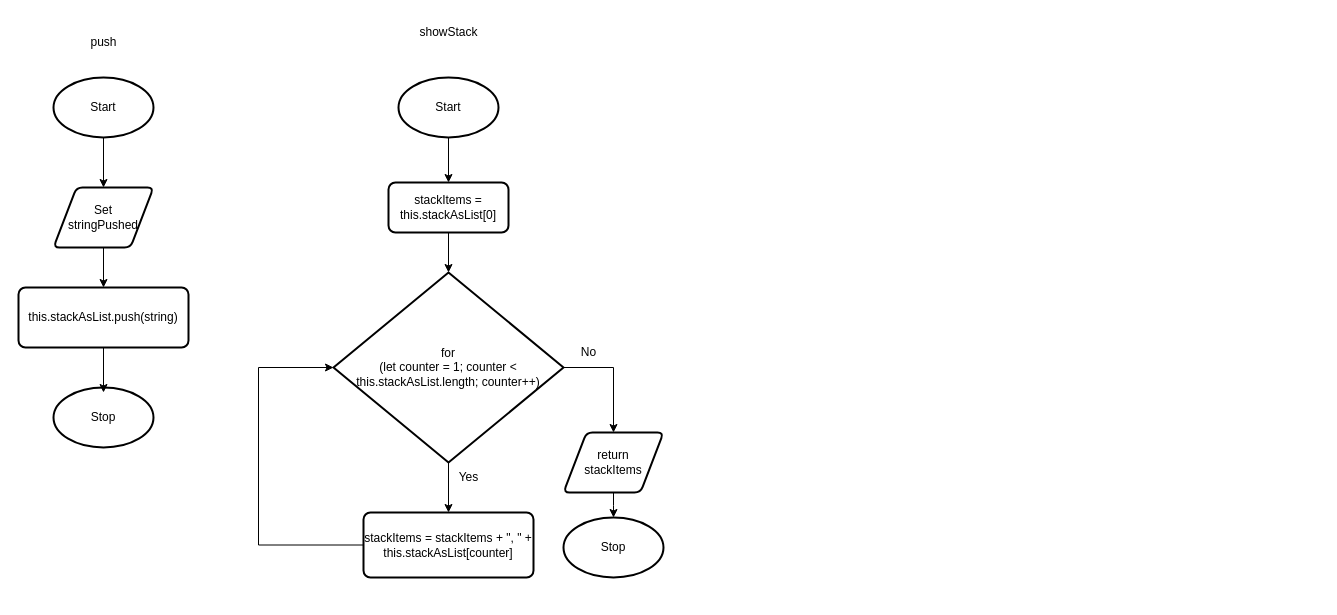
Before: Unit2-01/flowchart.drawio in Troy-Appleby/ICS4U-Unit2-Troy-Appleby, a draw.io diagram. Source tidied: cells renumbered, new cells numbered last; positions are measured from the earlier drawing's top-left corner, leaving out a move shared by most shapes. Both pictures are drawn from the tidied source at 100%, with x=0, y=0 at pixel (18, 17).
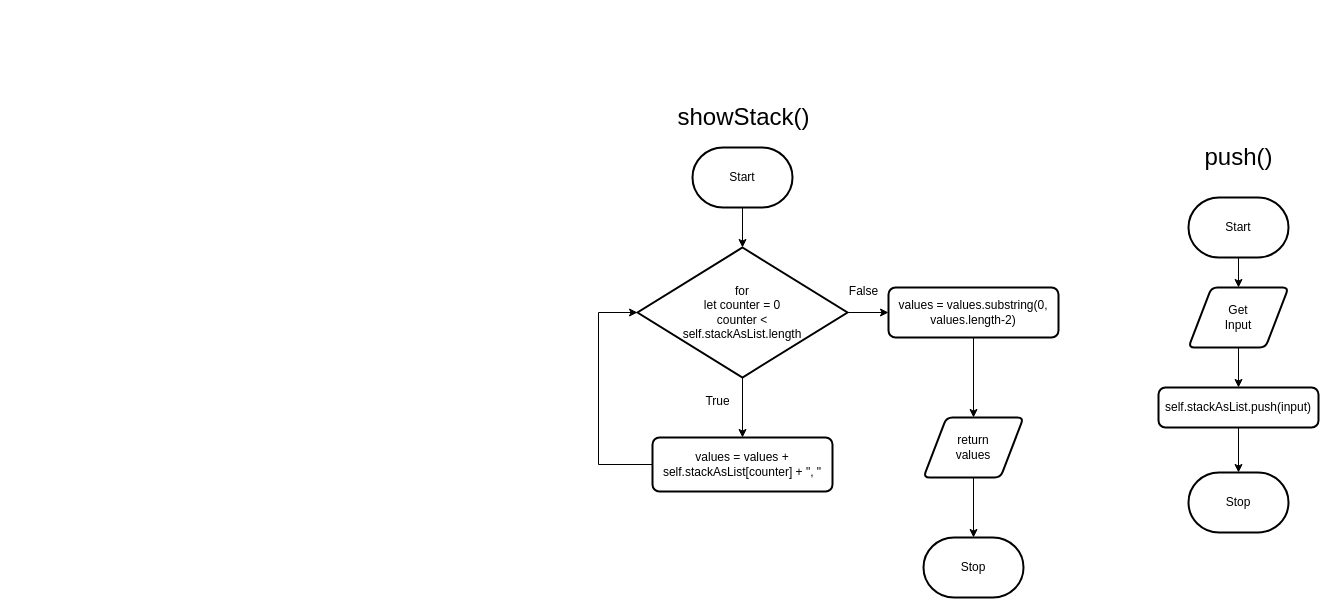
Above is the later version.

What changed in the source:
```diff
@@
-    <mxCell id="2" style="edgeStyle=none;html=1;entryX=0.5;entryY=0;entryDx=0;entryDy=0;" parent="1" edge="1" source="3" target="9">
+    <mxCell id="2" style="edgeStyle=none;html=1;entryX=0.5;entryY=0;entryDx=0;entryDy=0;" parent="1" edge="1" source="3" target="6">
       <mxGeometry relative="1" as="geometry" />
     </mxCell>
-    <mxCell id="3" value="Start" style="strokeWidth=2;html=1;shape=mxgraph.flowchart.start_1;whiteSpace=wrap;" parent="1" vertex="1">
-      <mxGeometry x="35" y="60" width="100" height="60" as="geometry" />
+    <mxCell id="3" value="Start" style="strokeWidth=2;html=1;shape=mxgraph.flowchart.terminator;whiteSpace=wrap;" parent="1" vertex="1">
+      <mxGeometry x="1170" y="180" width="100" height="60" as="geometry" />
     </mxCell>
-    <mxCell id="4" value="Stop" style="strokeWidth=2;html=1;shape=mxgraph.flowchart.start_1;whiteSpace=wrap;" parent="1" vertex="1">
-      <mxGeometry x="35" y="370" width="100" height="60" as="geometry" />
+    <mxCell id="4" value="Stop" style="strokeWidth=2;html=1;shape=mxgraph.flowchart.terminator;whiteSpace=wrap;" parent="1" vertex="1">
+      <mxGeometry x="1170" y="455" width="100" height="60" as="geometry" />
     </mxCell>
-    <mxCell id="5" style="edgeStyle=none;rounded=0;html=1;fontSize=9;" parent="1" edge="1" source="6">
-      <mxGeometry relative="1" as="geometry">
-        <mxPoint x="85" y="375" as="targetPoint" />
-      </mxGeometry>
+    <mxCell id="5" style="edgeStyle=none;html=1;entryX=0.5;entryY=0;entryDx=0;entryDy=0;" parent="1" edge="1" source="6" target="8">
+      <mxGeometry relative="1" as="geometry" />
     </mxCell>
-    <mxCell id="6" value="&lt;font style=&quot;font-size: 12px;&quot;&gt;this.stackAsList.push(string)&lt;/font&gt;" style="rounded=1;whiteSpace=wrap;html=1;absoluteArcSize=1;arcSize=14;strokeWidth=2;fontSize=9;" parent="1" vertex="1">
-      <mxGeometry y="270" width="170" height="60" as="geometry" />
+    <mxCell id="6" value="Get&lt;br&gt;Input" style="shape=parallelogram;html=1;strokeWidth=2;perimeter=parallelogramPerimeter;whiteSpace=wrap;rounded=1;arcSize=12;size=0.23;" parent="1" vertex="1">
+      <mxGeometry x="1170" y="270" width="100" height="60" as="geometry" />
     </mxCell>
-    <mxCell id="7" value="push" style="text;html=1;align=center;verticalAlign=middle;strokeColor=none;fillColor=none;" parent="1" vertex="1">
-      <mxGeometry x="60" y="10" width="50" height="30" as="geometry" />
+    <mxCell id="7" style="edgeStyle=none;html=1;entryX=0.5;entryY=0;entryDx=0;entryDy=0;entryPerimeter=0;" parent="1" edge="1" source="8" target="4">
+      <mxGeometry relative="1" as="geometry" />
     </mxCell>
-    <mxCell id="8" style="edgeStyle=none;rounded=0;html=1;" parent="1" edge="1" source="9" target="6">
-      <mxGeometry relative="1" as="geometry" />
+    <mxCell id="8" value="&lt;div&gt;self.stackAsList.push(input)&lt;/div&gt;" style="rounded=1;whiteSpace=wrap;html=1;absoluteArcSize=1;arcSize=14;strokeWidth=2;" parent="1" vertex="1">
+      <mxGeometry x="1140" y="370" width="160" height="40" as="geometry" />
     </mxCell>
-    <mxCell id="9" value="Set &lt;br&gt;stringPushed" style="shape=parallelogram;html=1;strokeWidth=2;perimeter=parallelogramPerimeter;whiteSpace=wrap;rounded=1;arcSize=12;size=0.23;" parent="1" vertex="1">
-      <mxGeometry x="35" y="170" width="100" height="60" as="geometry" />
+    <mxCell id="9" value="&lt;font style=&quot;font-size: 24px;&quot;&gt;push()&lt;/font&gt;" style="text;html=1;align=center;verticalAlign=middle;points=[];strokeColor=none;fillColor=none;" parent="1" vertex="1">
+      <mxGeometry x="1175" y="120" width="90" height="40" as="geometry" />
     </mxCell>
-    <mxCell id="10" style="edgeStyle=none;html=1;entryX=0.5;entryY=0;entryDx=0;entryDy=0;" parent="1" edge="1" source="11" target="22">
+    <mxCell id="10" style="edgeStyle=none;html=1;entryX=0.5;entryY=0;entryDx=0;entryDy=0;entryPerimeter=0;fontSize=24;" parent="1" edge="1" source="11" target="15">
       <mxGeometry relative="1" as="geometry" />
     </mxCell>
-    <mxCell id="11" value="Start" style="strokeWidth=2;html=1;shape=mxgraph.flowchart.start_1;whiteSpace=wrap;" parent="1" vertex="1">
-      <mxGeometry x="380" y="60" width="100" height="60" as="geometry" />
+    <mxCell id="11" value="Start" style="strokeWidth=2;html=1;shape=mxgraph.flowchart.terminator;whiteSpace=wrap;" parent="1" vertex="1">
+      <mxGeometry x="674" y="130" width="100" height="60" as="geometry" />
     </mxCell>
-    <mxCell id="12" value="Stop" style="strokeWidth=2;html=1;shape=mxgraph.flowchart.start_1;whiteSpace=wrap;" parent="1" vertex="1">
-      <mxGeometry x="545" y="500" width="100" height="60" as="geometry" />
+    <mxCell id="12" value="Stop" style="strokeWidth=2;html=1;shape=mxgraph.flowchart.terminator;whiteSpace=wrap;" parent="1" vertex="1">
+      <mxGeometry x="905" y="520" width="100" height="60" as="geometry" />
     </mxCell>
-    <mxCell id="13" style="edgeStyle=none;html=1;entryX=0.5;entryY=0;entryDx=0;entryDy=0;fontSize=12;entryPerimeter=0;" parent="1" edge="1" source="22" target="17">
+    <mxCell id="13" style="edgeStyle=none;html=1;entryX=0.5;entryY=0;entryDx=0;entryDy=0;fontSize=24;" parent="1" edge="1" source="15" target="17">
       <mxGeometry relative="1" as="geometry" />
     </mxCell>
-    <mxCell id="14" value="showStack" style="text;html=1;align=center;verticalAlign=middle;strokeColor=none;fillColor=none;" parent="1" vertex="1">
-      <mxGeometry x="390" width="80" height="30" as="geometry" />
+    <mxCell id="14" style="edgeStyle=orthogonalEdgeStyle;rounded=0;html=1;entryX=0;entryY=0.5;entryDx=0;entryDy=0;fontSize=24;" parent="1" edge="1" source="15" target="19">
+      <mxGeometry relative="1" as="geometry" />
     </mxCell>
-    <mxCell id="15" style="edgeStyle=none;html=1;fontSize=6;" parent="1" edge="1" source="17" target="19">
-      <mxGeometry relative="1" as="geometry" />
+    <mxCell id="15" value="for&lt;br&gt;let counter = 0&lt;br&gt;counter &amp;lt; &lt;br&gt;self.stackAsList.length" style="strokeWidth=2;html=1;shape=mxgraph.flowchart.decision;whiteSpace=wrap;" parent="1" vertex="1">
+      <mxGeometry x="619" y="230" width="210" height="130" as="geometry" />
     </mxCell>
-    <mxCell id="16" style="edgeStyle=elbowEdgeStyle;html=1;entryX=0.5;entryY=0;entryDx=0;entryDy=0;elbow=vertical;exitX=1;exitY=0.5;exitDx=0;exitDy=0;exitPerimeter=0;rounded=0;" parent="1" edge="1" source="17" target="24">
+    <mxCell id="16" style="edgeStyle=orthogonalEdgeStyle;html=1;entryX=0;entryY=0.5;entryDx=0;entryDy=0;entryPerimeter=0;fontSize=24;rounded=0;" parent="1" edge="1" source="17" target="15">
       <mxGeometry relative="1" as="geometry">
         <Array as="points">
-          <mxPoint x="595" y="350" />
+          <mxPoint x="580" y="447" />
+          <mxPoint x="580" y="295" />
         </Array>
       </mxGeometry>
     </mxCell>
-    <mxCell id="17" value="&lt;font style=&quot;font-size: 12px;&quot;&gt;for &lt;br&gt;(let counter = 1; counter &amp;lt; this.stackAsList.length; counter++)&lt;/font&gt;" style="strokeWidth=2;html=1;shape=mxgraph.flowchart.decision;whiteSpace=wrap;fontSize=6;" parent="1" vertex="1">
-      <mxGeometry x="315" y="255" width="230" height="190" as="geometry" />
+    <mxCell id="17" value="&lt;div&gt;values = values + self.stackAsList[counter] + &quot;, &quot;&lt;/div&gt;" style="rounded=1;whiteSpace=wrap;html=1;absoluteArcSize=1;arcSize=14;strokeWidth=2;" parent="1" vertex="1">
+      <mxGeometry x="634" y="420" width="180" height="54" as="geometry" />
     </mxCell>
-    <mxCell id="18" style="edgeStyle=elbowEdgeStyle;rounded=0;elbow=vertical;html=1;entryX=0;entryY=0.5;entryDx=0;entryDy=0;entryPerimeter=0;fontSize=12;" parent="1" edge="1" source="19" target="17">
-      <mxGeometry relative="1" as="geometry">
-        <Array as="points">
-          <mxPoint x="240" y="425" />
-        </Array>
-      </mxGeometry>
+    <mxCell id="18" style="edgeStyle=orthogonalEdgeStyle;rounded=0;html=1;fontSize=24;" parent="1" edge="1" source="19" target="21">
+      <mxGeometry relative="1" as="geometry" />
     </mxCell>
-    <mxCell id="19" value="stackItems = stackItems + &quot;, &quot; + this.stackAsList[counter]" style="rounded=1;whiteSpace=wrap;html=1;absoluteArcSize=1;arcSize=14;strokeWidth=2;fontSize=12;" parent="1" vertex="1">
-      <mxGeometry x="345" y="495" width="170" height="65" as="geometry" />
+    <mxCell id="19" value="&lt;div&gt;values = values.substring(0, values.length-2)&lt;/div&gt;" style="rounded=1;whiteSpace=wrap;html=1;absoluteArcSize=1;arcSize=14;strokeWidth=2;" parent="1" vertex="1">
+      <mxGeometry x="870" y="270" width="170" height="50" as="geometry" />
     </mxCell>
-    <mxCell id="20" value="Yes" style="text;html=1;align=center;verticalAlign=middle;strokeColor=none;fillColor=none;fontSize=12;" parent="1" vertex="1">
-      <mxGeometry x="430" y="445" width="40" height="30" as="geometry" />
+    <mxCell id="20" style="edgeStyle=orthogonalEdgeStyle;rounded=0;html=1;entryX=0.5;entryY=0;entryDx=0;entryDy=0;entryPerimeter=0;fontSize=24;" parent="1" edge="1" source="21" target="12">
+      <mxGeometry relative="1" as="geometry" />
     </mxCell>
-    <mxCell id="21" value="No" style="text;html=1;align=center;verticalAlign=middle;points=[];strokeColor=none;fillColor=none;fontSize=12;" parent="1" vertex="1">
-      <mxGeometry x="550" y="320" width="40" height="30" as="geometry" />
+    <mxCell id="21" value="return&lt;br&gt;values" style="shape=parallelogram;html=1;strokeWidth=2;perimeter=parallelogramPerimeter;whiteSpace=wrap;rounded=1;arcSize=12;size=0.23;" parent="1" vertex="1">
+      <mxGeometry x="905" y="400" width="100" height="60" as="geometry" />
     </mxCell>
-    <mxCell id="22" value="stackItems = this.stackAsList[0]" style="rounded=1;whiteSpace=wrap;html=1;absoluteArcSize=1;arcSize=14;strokeWidth=2;" parent="1" vertex="1">
-      <mxGeometry x="370" y="165" width="120" height="50" as="geometry" />
+    <mxCell id="22" value="&lt;font style=&quot;font-size: 24px;&quot;&gt;showStack()&lt;/font&gt;" style="text;html=1;align=center;verticalAlign=middle;points=[];strokeColor=none;fillColor=none;" parent="1" vertex="1">
+      <mxGeometry x="650" y="80" width="150" height="40" as="geometry" />
     </mxCell>
-    <mxCell id="23" style="edgeStyle=elbowEdgeStyle;rounded=0;elbow=vertical;html=1;entryX=0.5;entryY=0;entryDx=0;entryDy=0;entryPerimeter=0;" parent="1" edge="1" source="24" target="12">
-      <mxGeometry relative="1" as="geometry" />
+    <mxCell id="23" value="&lt;font style=&quot;font-size: 12px;&quot;&gt;True&lt;/font&gt;" style="text;html=1;align=center;verticalAlign=middle;strokeColor=none;fillColor=none;fontSize=24;" parent="1" vertex="1">
+      <mxGeometry x="674" y="360" width="50" height="40" as="geometry" />
     </mxCell>
-    <mxCell id="24" value="return &lt;br&gt;stackItems" style="shape=parallelogram;html=1;strokeWidth=2;perimeter=parallelogramPerimeter;whiteSpace=wrap;rounded=1;arcSize=12;size=0.23;" parent="1" vertex="1">
-      <mxGeometry x="545" y="415" width="100" height="60" as="geometry" />
+    <mxCell id="24" value="&lt;font style=&quot;font-size: 12px;&quot;&gt;False&lt;/font&gt;" style="text;html=1;align=center;verticalAlign=middle;points=[];strokeColor=none;fillColor=none;fontSize=24;" parent="1" vertex="1">
+      <mxGeometry x="820" y="250" width="50" height="40" as="geometry" />
     </mxCell>
```
